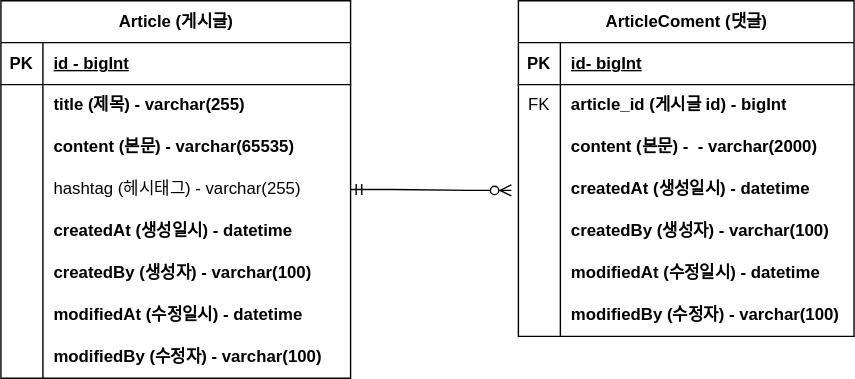
lwisekiml/project-board keeps this draw.io diagram as document/project-board-erd.svg. Above is the earlier version. Source tidied: cells renumbered, new cells last; positions are measured from the earlier drawing's top-left corner, leaving out a move shared by most shapes.
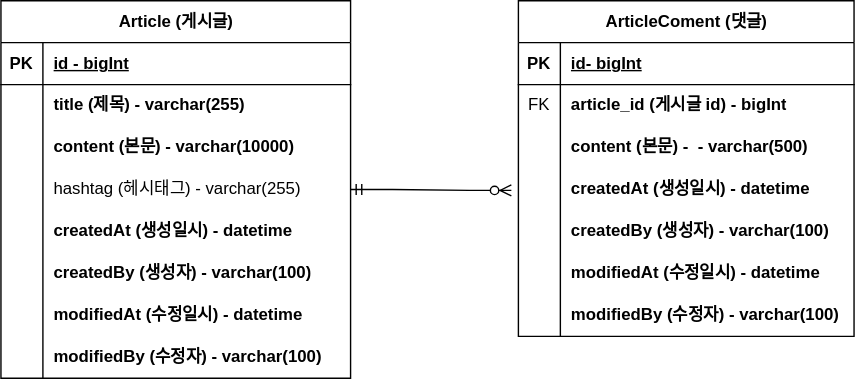
The same file after the commit.

Commit message:
#8 - erd 업데이트 : content 사이즈 변경

The edit, as a diff of the source:
```diff
@@ -29,7 +29,7 @@
     <mxCell id="10" style="shape=partialRectangle;fillColor=none;top=0;left=0;bottom=0;right=0;overflow=hidden;whiteSpace=wrap;html=1;" parent="9" vertex="1">
       <mxGeometry width="30" height="30" as="geometry" />
     </mxCell>
-    <mxCell id="11" value="content (본문) - varchar(65535)" style="shape=partialRectangle;fillColor=none;top=0;left=0;bottom=0;right=0;align=left;spacingLeft=6;overflow=hidden;whiteSpace=wrap;html=1;fontStyle=1;" parent="9" vertex="1">
+    <mxCell id="11" value="content (본문) - varchar(10000)" style="shape=partialRectangle;fillColor=none;top=0;left=0;bottom=0;right=0;align=left;spacingLeft=6;overflow=hidden;whiteSpace=wrap;html=1;fontStyle=1;" parent="9" vertex="1">
       <mxGeometry x="30" width="220" height="30" as="geometry" />
     </mxCell>
     <mxCell id="12" style="shape=tableRow;horizontal=0;startSize=0;swimlaneHead=0;swimlaneBody=0;fillColor=none;points=[[0,0.5],[1,0.5]];portConstraint=eastwest;top=0;left=0;right=0;bottom=0;" parent="2" vertex="1">
@@ -104,7 +104,7 @@
     <mxCell id="35" style="shape=partialRectangle;fillColor=none;top=0;left=0;bottom=0;right=0;overflow=hidden;whiteSpace=wrap;html=1;" parent="34" vertex="1">
       <mxGeometry width="30" height="30" as="geometry" />
     </mxCell>
-    <mxCell id="36" value="content (본문) -&amp;nbsp;&amp;nbsp;- varchar(2000)" style="shape=partialRectangle;fillColor=none;top=0;left=0;bottom=0;right=0;align=left;spacingLeft=6;overflow=hidden;whiteSpace=wrap;html=1;fontStyle=1;" parent="34" vertex="1">
+    <mxCell id="36" value="content (본문) -&amp;nbsp;&amp;nbsp;- varchar(500)" style="shape=partialRectangle;fillColor=none;top=0;left=0;bottom=0;right=0;align=left;spacingLeft=6;overflow=hidden;whiteSpace=wrap;html=1;fontStyle=1;" parent="34" vertex="1">
       <mxGeometry x="30" width="210" height="30" as="geometry" />
     </mxCell>
     <mxCell id="37" style="shape=tableRow;horizontal=0;startSize=0;swimlaneHead=0;swimlaneBody=0;fillColor=none;points=[[0,0.5],[1,0.5]];portConstraint=eastwest;top=0;left=0;right=0;bottom=0;" parent="27" vertex="1">
```
